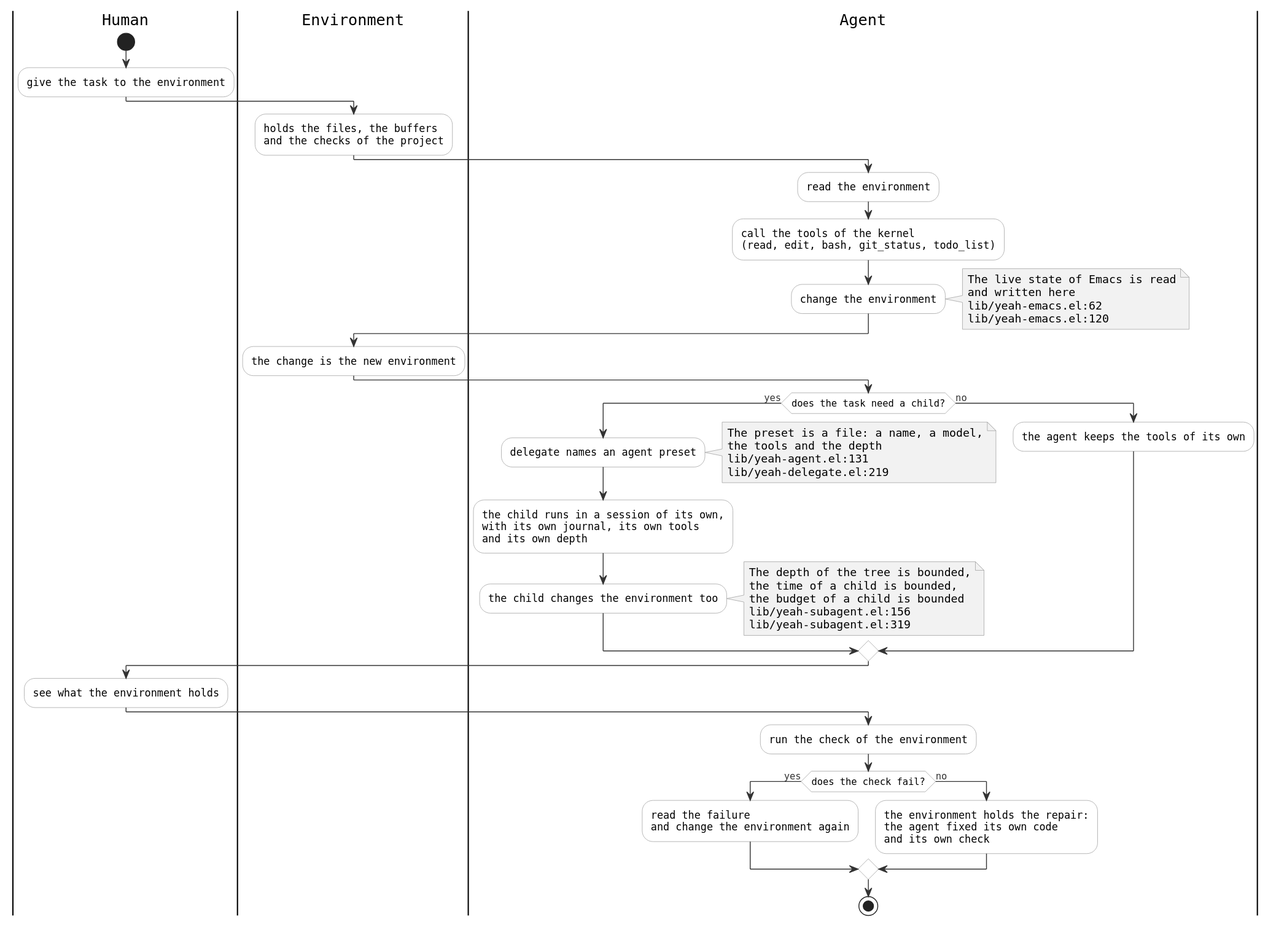
This is site/assets/diagrams/fixed-point-light.svg from 11111000000/yeah, a PlantUML export, as it was before one commit.
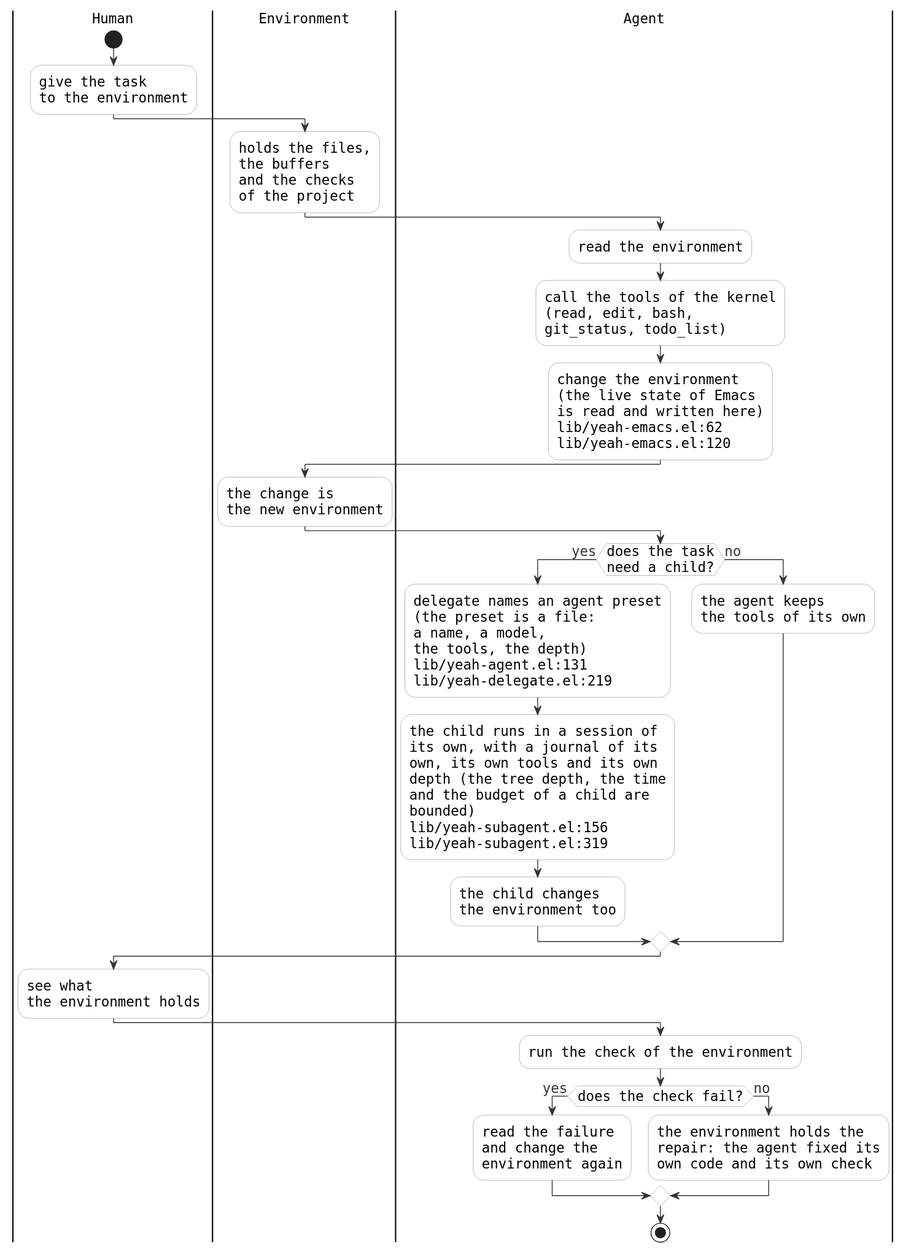
The same diagram one commit later.

Change to the diagram source:
```diff
@@ -23,58 +23,43 @@
 skinparam noteBackgroundColor #F2F2F2
 skinparam noteBorderColor #999999
 
+skinparam defaultFontSize 16
+skinparam nodesep 5
+skinparam ranksep 30
+
 |Human|
 start
-:give the task to the environment;
+:give the task\nto the environment;
 
 |Environment|
-:holds the files, the buffers\nand the checks of the project;
+:holds the files,\nthe buffers\nand the checks\nof the project;
 
 |Agent|
 :read the environment;
-:call the tools of the kernel\n(read, edit, bash, git_status, todo_list);
-:change the environment;
-note right
-  The live state of Emacs is read
-  and written here
-  lib/yeah-emacs.el:62
-  lib/yeah-emacs.el:120
-end note
+:call the tools of the kernel\n(read, edit, bash,\ngit_status, todo_list);
+:change the environment\n(the live state of Emacs\nis read and written here)\nlib/yeah-emacs.el:62\nlib/yeah-emacs.el:120;
 
 |Environment|
-:the change is the new environment;
+:the change is\nthe new environment;
 
 |Agent|
-if (does the task need a child?) then (yes)
-  :delegate names an agent preset;
-  note right
-    The preset is a file: a name, a model,
-    the tools and the depth
-    lib/yeah-agent.el:131
-    lib/yeah-delegate.el:219
-  end note
-  :the child runs in a session of its own,\nwith its own journal, its own tools\nand its own depth;
-  :the child changes the environment too;
-  note right
-    The depth of the tree is bounded,
-    the time of a child is bounded,
-    the budget of a child is bounded
-    lib/yeah-subagent.el:156
-    lib/yeah-subagent.el:319
-  end note
+if (does the task\nneed a child?) then (yes)
+  :delegate names an agent preset\n(the preset is a file:\na name, a model,\nthe tools, the depth)\nlib/yeah-agent.el:131\nlib/yeah-delegate.el:219;
+  :the child runs in a session of\nits own, with a journal of its\nown, its own tools and its own\ndepth (the tree depth, the time\nand the budget of a child are\nbounded)\nlib/yeah-subagent.el:156\nlib/yeah-subagent.el:319;
+  :the child changes\nthe environment too;
 else (no)
-  :the agent keeps the tools of its own;
+  :the agent keeps\nthe tools of its own;
 endif
 
 |Human|
-:see what the environment holds;
+:see what\nthe environment holds;
 
 |Agent|
 :run the check of the environment;
 if (does the check fail?) then (yes)
-  :read the failure\nand change the environment again;
+  :read the failure\nand change the\nenvironment again;
 else (no)
-  :the environment holds the repair:\nthe agent fixed its own code\nand its own check;
+  :the environment holds the\nrepair: the agent fixed its\nown code and its own check;
 endif
 stop
 @enduml
```
